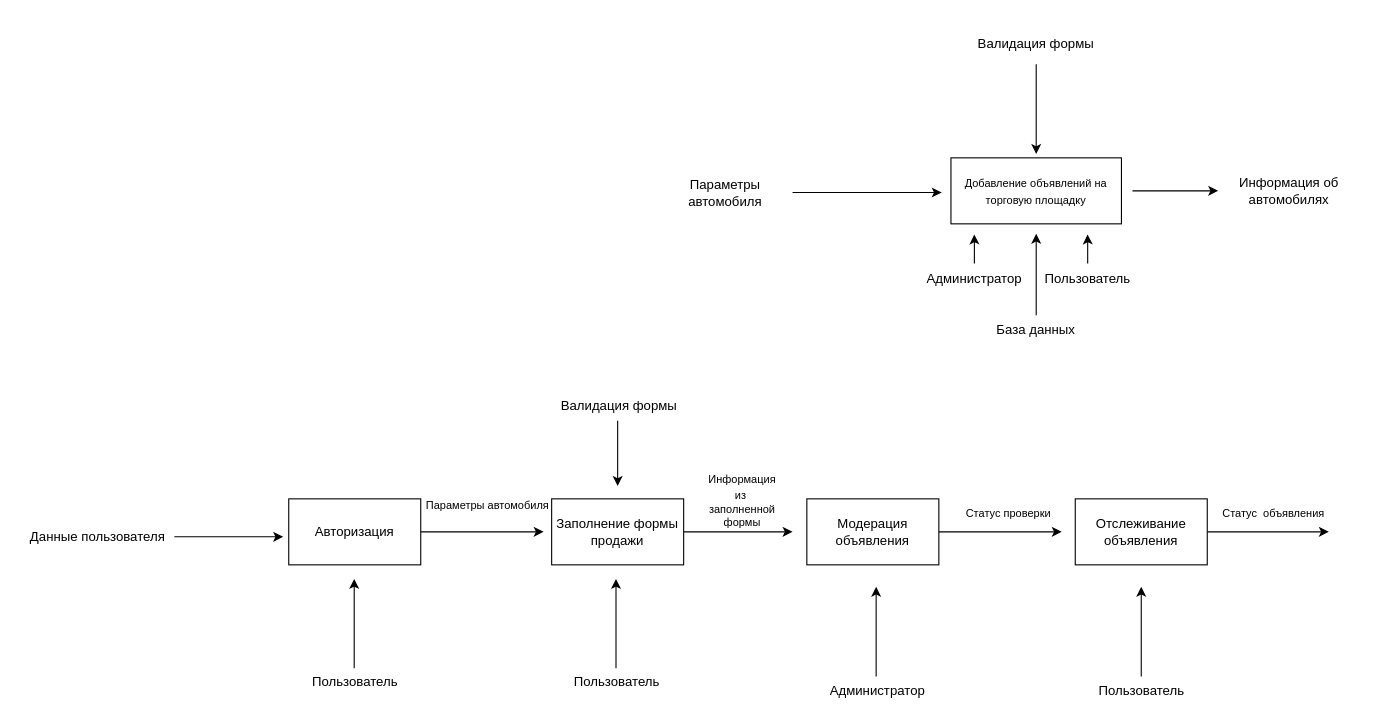
Before: ПИС/Lab2/Контекстая диаграмма.drawio in SaintDesire/Labs_4-1, a draw.io diagram. Source tidied: cells renumbered, new cells numbered last; positions are measured from the earlier drawing's top-left corner, leaving out a move shared by most shapes. Both pictures are drawn from the tidied source at 110%, with x=0, y=0 at pixel (19, 24).
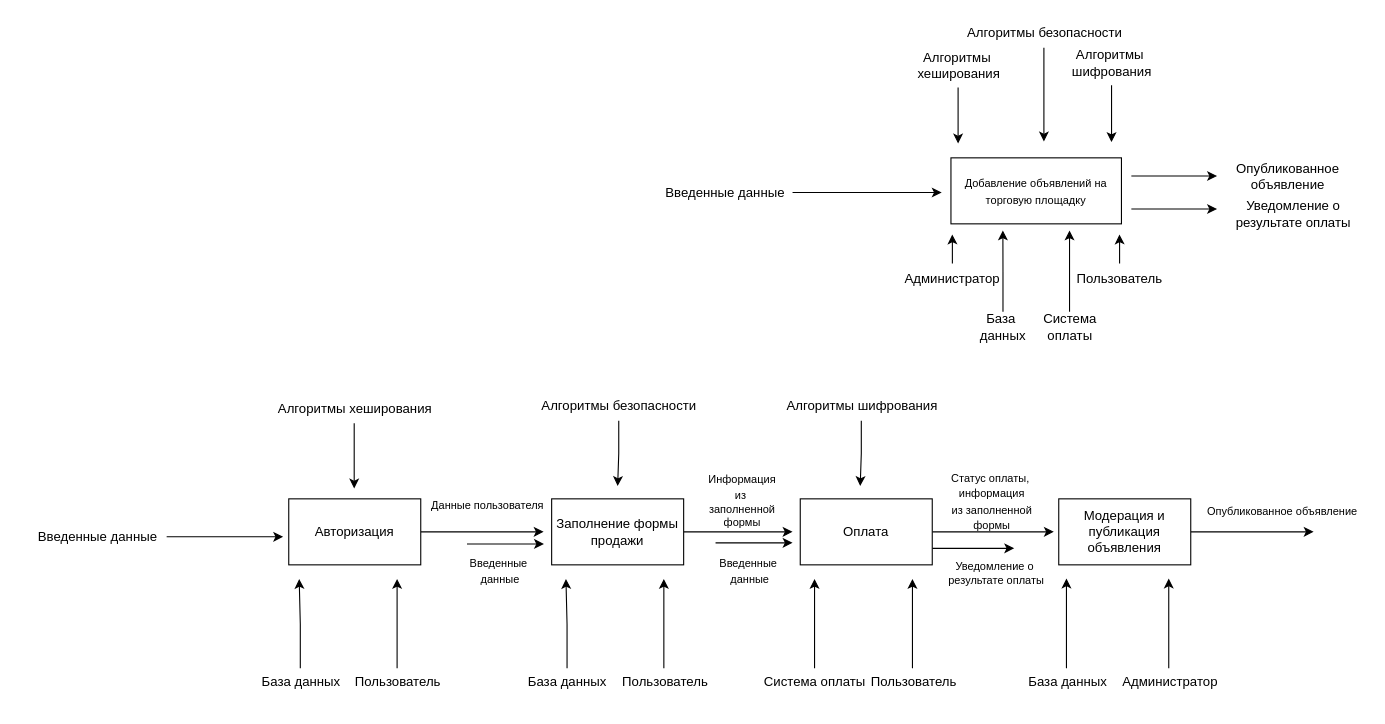
The same page after the edit.

Diff of the diagram source:
```diff
@@
     <mxCell id="2" style="edgeStyle=orthogonalEdgeStyle;rounded=0;orthogonalLoop=1;jettySize=auto;html=1;" parent="1" edge="1">
       <mxGeometry relative="1" as="geometry">
-        <mxPoint x="1012" y="151" as="sourcePoint" />
-        <mxPoint x="1089.9" y="151" as="targetPoint" />
+        <mxPoint x="1011" y="137.5" as="sourcePoint" />
+        <mxPoint x="1088.9" y="137.5" as="targetPoint" />
       </mxGeometry>
     </mxCell>
@@
-    <mxCell id="5" value="Параметры автомобиля" style="text;html=1;align=center;verticalAlign=middle;whiteSpace=wrap;rounded=0;" parent="1" vertex="1">
+    <mxCell id="5" value="Введенные данные" style="text;html=1;align=center;verticalAlign=middle;whiteSpace=wrap;rounded=0;" parent="1" vertex="1">
       <mxGeometry x="581" y="137.5" width="122" height="30" as="geometry" />
     </mxCell>
-    <mxCell id="6" style="edgeStyle=orthogonalEdgeStyle;rounded=0;jettySize=auto;html=1;" parent="1" edge="1" source="7">
-      <mxGeometry relative="1" as="geometry">
-        <mxPoint x="924.5" y="117.4" as="targetPoint" />
-      </mxGeometry>
-    </mxCell>
-    <mxCell id="7" value="Валидация формы" style="text;html=1;align=center;verticalAlign=middle;whiteSpace=wrap;rounded=0;" parent="1" vertex="1">
-      <mxGeometry x="860.2" width="128.5" height="36" as="geometry" />
-    </mxCell>
-    <mxCell id="8" value="Информация об автомобилях" style="text;html=1;align=center;verticalAlign=middle;whiteSpace=wrap;rounded=0;" parent="1" vertex="1">
-      <mxGeometry x="1098" y="134.5" width="113" height="33" as="geometry" />
+    <mxCell id="8" value="Опубликованное объявление" style="text;html=1;align=center;verticalAlign=middle;whiteSpace=wrap;rounded=0;" parent="1" vertex="1">
+      <mxGeometry x="1097" y="121" width="113" height="33" as="geometry" />
     </mxCell>
     <mxCell id="9" style="edgeStyle=orthogonalEdgeStyle;rounded=0;jettySize=auto;html=1;" parent="1" edge="1" source="10">
       <mxGeometry relative="1" as="geometry">
-        <mxPoint x="924.5" y="190.1" as="targetPoint" />
+        <mxPoint x="894.2" y="187" as="targetPoint" />
       </mxGeometry>
     </mxCell>
-    <mxCell id="10" value="База данных" style="text;html=1;align=center;verticalAlign=middle;whiteSpace=wrap;rounded=0;" parent="1" vertex="1">
-      <mxGeometry x="882.2" y="264" width="84.5" height="28" as="geometry" />
+    <mxCell id="10" value="База&amp;nbsp;&lt;div&gt;данных&lt;/div&gt;" style="text;html=1;align=center;verticalAlign=middle;whiteSpace=wrap;rounded=0;" parent="1" vertex="1">
+      <mxGeometry x="852" y="260.9" width="84.5" height="28" as="geometry" />
     </mxCell>
     <mxCell id="11" style="edgeStyle=orthogonalEdgeStyle;rounded=0;jettySize=auto;html=1;" parent="1" edge="1" source="12">
       <mxGeometry relative="1" as="geometry">
-        <mxPoint x="971.2" y="190.6" as="targetPoint" />
+        <mxPoint x="1000.2" y="190.6" as="targetPoint" />
       </mxGeometry>
     </mxCell>
     <mxCell id="12" value="Пользователь" style="text;html=1;align=center;verticalAlign=middle;whiteSpace=wrap;rounded=0;" parent="1" vertex="1">
-      <mxGeometry x="929" y="217" width="84.5" height="28" as="geometry" />
+      <mxGeometry x="958" y="217" width="84.5" height="28" as="geometry" />
     </mxCell>
     <mxCell id="13" style="edgeStyle=orthogonalEdgeStyle;rounded=0;jettySize=auto;html=1;" parent="1" edge="1" source="14">
       <mxGeometry relative="1" as="geometry">
-        <mxPoint x="868.2" y="190.6" as="targetPoint" />
+        <mxPoint x="848.2" y="190.6" as="targetPoint" />
       </mxGeometry>
     </mxCell>
     <mxCell id="14" value="Администратор" style="text;html=1;align=center;verticalAlign=middle;whiteSpace=wrap;rounded=0;" parent="1" vertex="1">
-      <mxGeometry x="826" y="217" width="84.5" height="28" as="geometry" />
+      <mxGeometry x="806" y="217" width="84.5" height="28" as="geometry" />
     </mxCell>
-    <mxCell id="15" value="&lt;font style=&quot;font-size: 10px;&quot;&gt;Параметры автомобиля&lt;/font&gt;" style="text;html=1;align=center;verticalAlign=middle;whiteSpace=wrap;rounded=0;" parent="1" vertex="1">
+    <mxCell id="15" value="&lt;font style=&quot;font-size: 10px;&quot;&gt;Данные пользователя&lt;/font&gt;" style="text;html=1;align=center;verticalAlign=middle;whiteSpace=wrap;rounded=0;" parent="1" vertex="1">
       <mxGeometry x="365" y="421.5" width="122" height="30" as="geometry" />
     </mxCell>
@@
-    <mxCell id="18" style="edgeStyle=orthogonalEdgeStyle;rounded=0;jettySize=auto;html=1;" parent="1" edge="1" source="19">
-      <mxGeometry relative="1" as="geometry">
-        <mxPoint x="542.5" y="503.8" as="targetPoint" />
-      </mxGeometry>
-    </mxCell>
-    <mxCell id="19" value="Пользователь" style="text;html=1;align=center;verticalAlign=middle;points=[];strokeColor=none;fillColor=none;" parent="1" vertex="1">
-      <mxGeometry x="495" y="585" width="96" height="26" as="geometry" />
-    </mxCell>
@@
-    <mxCell id="21" value="Валидация формы" style="text;html=1;align=center;verticalAlign=middle;points=[];strokeColor=none;fillColor=none;" parent="1" vertex="1">
-      <mxGeometry x="482.5" y="334" width="124" height="26" as="geometry" />
+    <mxCell id="21" value="Алгоритмы безопасности" style="text;html=1;align=center;verticalAlign=middle;points=[];strokeColor=none;fillColor=none;" parent="1" vertex="1">
+      <mxGeometry x="465.5" y="334" width="159" height="26" as="geometry" />
     </mxCell>
     <mxCell id="22" style="edgeStyle=orthogonalEdgeStyle;rounded=0;jettySize=auto;html=1;" parent="1" edge="1" source="23">
       <mxGeometry relative="1" as="geometry">
-        <mxPoint x="947.7" y="461" as="targetPoint" />
+        <mxPoint x="1176.7" y="461" as="targetPoint" />
       </mxGeometry>
     </mxCell>
-    <mxCell id="23" value="Модерация объявления" style="whiteSpace=wrap;html=1;" parent="1" vertex="1">
-      <mxGeometry x="716" y="431" width="120" height="60" as="geometry" />
+    <mxCell id="23" value="Модерация и публикация объявления" style="whiteSpace=wrap;html=1;" parent="1" vertex="1">
+      <mxGeometry x="945" y="431" width="120" height="60" as="geometry" />
     </mxCell>
@@
-    <mxCell id="25" value="&lt;font size=&quot;1&quot;&gt;Статус проверки&lt;/font&gt;" style="text;html=1;align=center;verticalAlign=middle;strokeColor=none;fillColor=none;" parent="1" vertex="1">
-      <mxGeometry x="851" y="431" width="95" height="26" as="geometry" />
+    <mxCell id="25" value="&lt;font size=&quot;1&quot;&gt;Опубликованное объявление&lt;/font&gt;" style="text;html=1;align=center;verticalAlign=middle;strokeColor=none;fillColor=none;" parent="1" vertex="1">
+      <mxGeometry x="1070" y="429" width="155" height="26" as="geometry" />
     </mxCell>
     <mxCell id="26" style="edgeStyle=orthogonalEdgeStyle;rounded=0;jettySize=auto;html=1;" parent="1" edge="1" source="27">
       <mxGeometry relative="1" as="geometry">
-        <mxPoint x="779" y="511" as="targetPoint" />
+        <mxPoint x="1045" y="503.5" as="targetPoint" />
       </mxGeometry>
     </mxCell>
     <mxCell id="27" value="Администратор" style="text;html=1;align=center;verticalAlign=middle;points=[];strokeColor=none;fillColor=none;" parent="1" vertex="1">
-      <mxGeometry x="727" y="592.5" width="105" height="26" as="geometry" />
+      <mxGeometry x="993" y="585" width="105" height="26" as="geometry" />
     </mxCell>
@@
     <mxCell id="30" style="edgeStyle=orthogonalEdgeStyle;rounded=0;jettySize=auto;html=1;" parent="1" edge="1" source="31">
       <mxGeometry relative="1" as="geometry">
-        <mxPoint x="304.5" y="503.8" as="targetPoint" />
+        <mxPoint x="343.5" y="503.8" as="targetPoint" />
       </mxGeometry>
     </mxCell>
     <mxCell id="31" value="Пользователь" style="text;html=1;align=center;verticalAlign=middle;points=[];strokeColor=none;fillColor=none;" parent="1" vertex="1">
-      <mxGeometry x="257" y="585" width="96" height="26" as="geometry" />
+      <mxGeometry x="296" y="585" width="96" height="26" as="geometry" />
     </mxCell>
@@
-    <mxCell id="33" value="Данные пользователя" style="text;html=1;align=center;verticalAlign=middle;points=[];strokeColor=none;fillColor=none;" parent="1" vertex="1">
-      <mxGeometry y="452.5" width="141" height="26" as="geometry" />
+    <mxCell id="33" value="Введенные данные" style="text;html=1;align=center;verticalAlign=middle;points=[];strokeColor=none;fillColor=none;" parent="1" vertex="1">
+      <mxGeometry x="8" y="452.5" width="126" height="26" as="geometry" />
     </mxCell>
     <mxCell id="34" style="edgeStyle=orthogonalEdgeStyle;rounded=0;jettySize=auto;html=1;" parent="1" edge="1" source="35">
       <mxGeometry relative="1" as="geometry">
-        <mxPoint x="1190.5" y="461" as="targetPoint" />
+        <mxPoint x="940.5" y="461" as="targetPoint" />
       </mxGeometry>
     </mxCell>
+    <mxCell id="39" style="edgeStyle=orthogonalEdgeStyle;rounded=0;jettySize=auto;html=1;exitX=1;exitY=0.75;exitDx=0;exitDy=0;" parent="1" edge="1" source="35">
+      <mxGeometry relative="1" as="geometry">
+        <mxPoint x="904.5" y="476" as="targetPoint" />
+      </mxGeometry>
+    </mxCell>
-    <mxCell id="35" value="Отслеживание объявления" style="whiteSpace=wrap;html=1;" parent="1" vertex="1">
-      <mxGeometry x="960" y="431" width="120" height="60" as="geometry" />
+    <mxCell id="35" value="Оплата" style="whiteSpace=wrap;html=1;" parent="1" vertex="1">
+      <mxGeometry x="710" y="431" width="120" height="60" as="geometry" />
     </mxCell>
-    <mxCell id="36" value="&lt;font size=&quot;1&quot;&gt;Статус&amp;nbsp; объявления&lt;/font&gt;" style="text;html=1;align=center;verticalAlign=middle;strokeColor=none;fillColor=none;" parent="1" vertex="1">
-      <mxGeometry x="1084" y="431" width="111" height="26" as="geometry" />
+    <mxCell id="36" value="&lt;font size=&quot;1&quot;&gt;Статус оплаты,&amp;nbsp;&lt;/font&gt;&lt;div&gt;&lt;font size=&quot;1&quot;&gt;информация&lt;/font&gt;&lt;div&gt;&lt;font size=&quot;1&quot;&gt;&amp;nbsp;из заполненной&amp;nbsp;&lt;/font&gt;&lt;/div&gt;&lt;div&gt;&lt;font size=&quot;1&quot;&gt;формы&lt;/font&gt;&lt;/div&gt;&lt;/div&gt;" style="text;html=1;align=center;verticalAlign=middle;strokeColor=none;fillColor=none;" parent="1" vertex="1">
+      <mxGeometry x="835" y="397.5" width="97" height="70" as="geometry" />
     </mxCell>
-    <mxCell id="37" style="edgeStyle=orthogonalEdgeStyle;rounded=0;jettySize=auto;html=1;" parent="1" edge="1" source="38">
-      <mxGeometry relative="1" as="geometry">
-        <mxPoint x="1020" y="511" as="targetPoint" />
-      </mxGeometry>
-    </mxCell>
-    <mxCell id="38" value="Пользователь" style="text;html=1;align=center;verticalAlign=middle;points=[];strokeColor=none;fillColor=none;" parent="1" vertex="1">
-      <mxGeometry x="972" y="592.5" width="96" height="26" as="geometry" />
-    </mxCell>
+    <mxCell id="40" style="edgeStyle=orthogonalEdgeStyle;rounded=0;jettySize=auto;html=1;" parent="1" edge="1" source="41">
+      <mxGeometry relative="1" as="geometry">
+        <mxPoint x="254.5" y="503.8" as="targetPoint" />
+      </mxGeometry>
+    </mxCell>
+    <mxCell id="41" value="База данных" style="text;html=1;align=center;verticalAlign=middle;points=[];strokeColor=none;fillColor=none;" parent="1" vertex="1">
+      <mxGeometry x="211" y="585" width="89" height="26" as="geometry" />
+    </mxCell>
+    <mxCell id="42" style="edgeStyle=orthogonalEdgeStyle;rounded=0;jettySize=auto;html=1;" parent="1" edge="1" source="43">
+      <mxGeometry relative="1" as="geometry">
+        <mxPoint x="586" y="503.8" as="targetPoint" />
+      </mxGeometry>
+    </mxCell>
+    <mxCell id="43" value="Пользователь" style="text;html=1;align=center;verticalAlign=middle;points=[];strokeColor=none;fillColor=none;" parent="1" vertex="1">
+      <mxGeometry x="538.5" y="585" width="96" height="26" as="geometry" />
+    </mxCell>
+    <mxCell id="44" style="edgeStyle=orthogonalEdgeStyle;rounded=0;jettySize=auto;html=1;" parent="1" edge="1" source="45">
+      <mxGeometry relative="1" as="geometry">
+        <mxPoint x="497" y="503.8" as="targetPoint" />
+      </mxGeometry>
+    </mxCell>
+    <mxCell id="45" value="База данных" style="text;html=1;align=center;verticalAlign=middle;points=[];strokeColor=none;fillColor=none;" parent="1" vertex="1">
+      <mxGeometry x="453.5" y="585" width="89" height="26" as="geometry" />
+    </mxCell>
+    <mxCell id="46" style="edgeStyle=orthogonalEdgeStyle;rounded=0;jettySize=auto;html=1;" parent="1" edge="1" source="47">
+      <mxGeometry relative="1" as="geometry">
+        <mxPoint x="812" y="503.8" as="targetPoint" />
+      </mxGeometry>
+    </mxCell>
+    <mxCell id="47" value="Пользователь" style="text;html=1;align=center;verticalAlign=middle;points=[];strokeColor=none;fillColor=none;" parent="1" vertex="1">
+      <mxGeometry x="764.5" y="585" width="96" height="26" as="geometry" />
+    </mxCell>
+    <mxCell id="48" style="edgeStyle=orthogonalEdgeStyle;rounded=0;jettySize=auto;html=1;" parent="1" edge="1" source="49">
+      <mxGeometry relative="1" as="geometry">
+        <mxPoint x="723" y="503.8" as="targetPoint" />
+      </mxGeometry>
+    </mxCell>
+    <mxCell id="49" value="Система оплаты" style="text;html=1;align=center;verticalAlign=middle;points=[];strokeColor=none;fillColor=none;" parent="1" vertex="1">
+      <mxGeometry x="668" y="585" width="110" height="26" as="geometry" />
+    </mxCell>
+    <mxCell id="50" style="edgeStyle=orthogonalEdgeStyle;rounded=0;jettySize=auto;html=1;" parent="1" edge="1" source="51">
+      <mxGeometry relative="1" as="geometry">
+        <mxPoint x="952" y="503.5" as="targetPoint" />
+      </mxGeometry>
+    </mxCell>
+    <mxCell id="51" value="База данных" style="text;html=1;align=center;verticalAlign=middle;points=[];strokeColor=none;fillColor=none;" parent="1" vertex="1">
+      <mxGeometry x="908" y="585" width="89" height="26" as="geometry" />
+    </mxCell>
+    <mxCell id="52" value="&lt;font style=&quot;font-size: 10px;&quot;&gt;Уведомление о&amp;nbsp;&lt;/font&gt;&lt;div style=&quot;font-size: 10px;&quot;&gt;&lt;font style=&quot;font-size: 10px;&quot;&gt;результате оплаты&lt;/font&gt;&lt;/div&gt;" style="text;html=1;align=center;verticalAlign=middle;strokeColor=none;fillColor=none;" parent="1" vertex="1">
+      <mxGeometry x="835" y="478.5" width="105" height="38" as="geometry" />
+    </mxCell>
+    <mxCell id="53" style="edgeStyle=orthogonalEdgeStyle;rounded=0;jettySize=auto;html=1;" parent="1" edge="1" source="54">
+      <mxGeometry relative="1" as="geometry">
+        <mxPoint x="304.5" y="421.5" as="targetPoint" />
+      </mxGeometry>
+    </mxCell>
+    <mxCell id="54" value="Алгоритмы хеширования" style="text;html=1;align=center;verticalAlign=middle;points=[];strokeColor=none;fillColor=none;" parent="1" vertex="1">
+      <mxGeometry x="226" y="336.2" width="158" height="26" as="geometry" />
+    </mxCell>
+    <mxCell id="55" style="edgeStyle=orthogonalEdgeStyle;rounded=0;jettySize=auto;html=1;" parent="1" edge="1" source="56">
+      <mxGeometry relative="1" as="geometry">
+        <mxPoint x="764.5" y="419.3" as="targetPoint" />
+      </mxGeometry>
+    </mxCell>
+    <mxCell id="56" value="Алгоритмы шифрования" style="text;html=1;align=center;verticalAlign=middle;points=[];strokeColor=none;fillColor=none;" parent="1" vertex="1">
+      <mxGeometry x="688" y="334" width="155" height="26" as="geometry" />
+    </mxCell>
+    <mxCell id="57" style="edgeStyle=orthogonalEdgeStyle;rounded=0;orthogonalLoop=1;jettySize=auto;html=1;" parent="1" edge="1">
+      <mxGeometry relative="1" as="geometry">
+        <mxPoint x="633" y="471" as="sourcePoint" />
+        <mxPoint x="703" y="471" as="targetPoint" />
+      </mxGeometry>
+    </mxCell>
+    <mxCell id="58" value="&lt;font style=&quot;font-size: 10px;&quot;&gt;Введенные&amp;nbsp;&lt;/font&gt;&lt;div&gt;&lt;font style=&quot;font-size: 10px;&quot;&gt;данные&lt;/font&gt;&lt;/div&gt;" style="text;html=1;align=center;verticalAlign=middle;strokeColor=none;fillColor=none;" parent="1" vertex="1">
+      <mxGeometry x="627" y="475" width="73" height="41" as="geometry" />
+    </mxCell>
+    <mxCell id="59" style="edgeStyle=orthogonalEdgeStyle;rounded=0;orthogonalLoop=1;jettySize=auto;html=1;" parent="1" edge="1">
+      <mxGeometry relative="1" as="geometry">
+        <mxPoint x="407" y="472" as="sourcePoint" />
+        <mxPoint x="477" y="472" as="targetPoint" />
+      </mxGeometry>
+    </mxCell>
+    <mxCell id="60" value="&lt;font style=&quot;font-size: 10px;&quot;&gt;Введенные&amp;nbsp;&lt;/font&gt;&lt;div&gt;&lt;font style=&quot;font-size: 10px;&quot;&gt;данные&lt;/font&gt;&lt;/div&gt;" style="text;html=1;align=center;verticalAlign=middle;strokeColor=none;fillColor=none;" parent="1" vertex="1">
+      <mxGeometry x="400" y="475" width="73" height="41" as="geometry" />
+    </mxCell>
+    <mxCell id="61" style="edgeStyle=orthogonalEdgeStyle;rounded=0;jettySize=auto;html=1;" parent="1" edge="1" source="62">
+      <mxGeometry relative="1" as="geometry">
+        <mxPoint x="954.8" y="187" as="targetPoint" />
+      </mxGeometry>
+    </mxCell>
+    <mxCell id="62" value="Система оплаты" style="text;html=1;align=center;verticalAlign=middle;whiteSpace=wrap;rounded=0;" parent="1" vertex="1">
+      <mxGeometry x="912.5" y="260.9" width="84.5" height="28" as="geometry" />
+    </mxCell>
+    <mxCell id="63" style="edgeStyle=orthogonalEdgeStyle;rounded=0;jettySize=auto;html=1;" parent="1" edge="1" source="64">
+      <mxGeometry relative="1" as="geometry">
+        <mxPoint x="931.5" y="106.1" as="targetPoint" />
+      </mxGeometry>
+    </mxCell>
+    <mxCell id="64" value="Алгоритмы безопасности" style="text;html=1;align=center;verticalAlign=middle;points=[];strokeColor=none;fillColor=none;" parent="1" vertex="1">
+      <mxGeometry x="852" y="-5" width="159" height="26" as="geometry" />
+    </mxCell>
+    <mxCell id="65" style="edgeStyle=orthogonalEdgeStyle;rounded=0;jettySize=auto;html=1;" parent="1" edge="1" source="66">
+      <mxGeometry relative="1" as="geometry">
+        <mxPoint x="853.5" y="107.9" as="targetPoint" />
+      </mxGeometry>
+    </mxCell>
+    <mxCell id="66" value="Алгоритмы&amp;nbsp;&lt;div&gt;хеширования&lt;/div&gt;" style="text;html=1;align=center;verticalAlign=middle;points=[];strokeColor=none;fillColor=none;" parent="1" vertex="1">
+      <mxGeometry x="807" y="16" width="93" height="41" as="geometry" />
+    </mxCell>
+    <mxCell id="67" style="edgeStyle=orthogonalEdgeStyle;rounded=0;jettySize=auto;html=1;" parent="1" edge="1" source="68">
+      <mxGeometry relative="1" as="geometry">
+        <mxPoint x="993" y="106.7" as="targetPoint" />
+      </mxGeometry>
+    </mxCell>
+    <mxCell id="68" value="Алгоритмы&amp;nbsp;&lt;div&gt;шифрования&lt;/div&gt;" style="text;html=1;align=center;verticalAlign=middle;points=[];strokeColor=none;fillColor=none;" parent="1" vertex="1">
+      <mxGeometry x="948" y="14" width="90" height="41" as="geometry" />
+    </mxCell>
+    <mxCell id="69" style="edgeStyle=orthogonalEdgeStyle;rounded=0;orthogonalLoop=1;jettySize=auto;html=1;" parent="1" edge="1">
+      <mxGeometry relative="1" as="geometry">
+        <mxPoint x="1011" y="167.5" as="sourcePoint" />
+        <mxPoint x="1088.9" y="167.5" as="targetPoint" />
+      </mxGeometry>
+    </mxCell>
+    <mxCell id="70" value="Уведомление о&lt;div&gt;результате оплаты&lt;/div&gt;" style="text;html=1;align=center;verticalAlign=middle;strokeColor=none;fillColor=none;" parent="1" vertex="1">
+      <mxGeometry x="1097" y="151" width="122" height="41" as="geometry" />
+    </mxCell>
```
